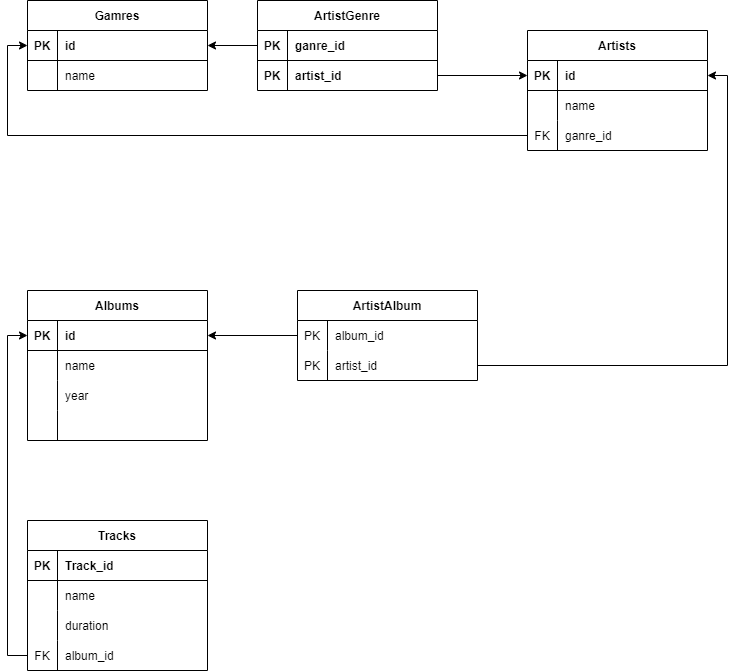
The draw.io diagram Диаграмма без названия.drawio.png in VadimRoziznan/Work_with_SQL_creat_database, before a commit. Source tidied: cells renumbered, new cells last; positions are measured from the earlier drawing's top-left corner, leaving out a move shared by most shapes.
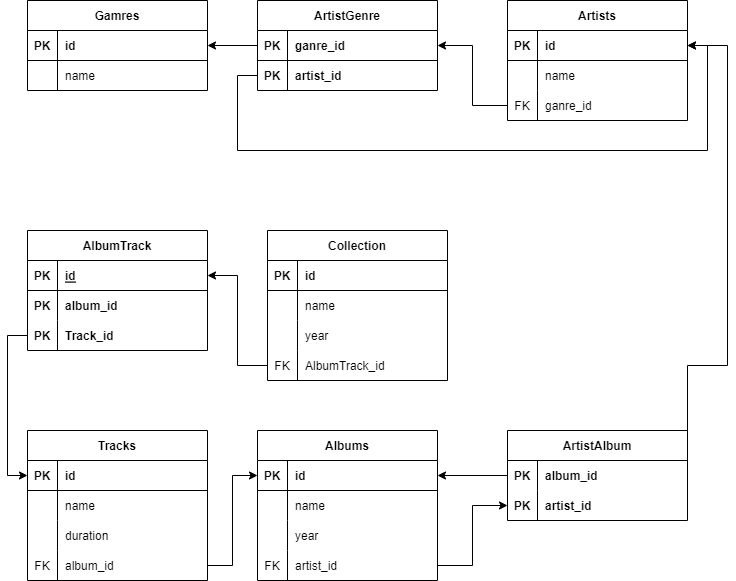
After the commit.

Change to the diagram source:
```diff
@@ -45,7 +45,7 @@
       <mxGeometry x="30" width="150" height="30" as="geometry" />
     </mxCell>
     <mxCell id="16" value="Artists" style="shape=table;startSize=30;rowLines=0;fontStyle=1;align=center;" parent="1" vertex="1">
-      <mxGeometry x="500" y="30" width="180" height="120" as="geometry" />
+      <mxGeometry x="480" width="180" height="120" as="geometry" />
     </mxCell>
     <mxCell id="17" style="shape=tableRow;horizontal=0;startSize=0;swimlaneHead=0;swimlaneBody=0;fillColor=none;points=[[0,0.5],[1,0.5]];portConstraint=eastwest;top=0;left=0;right=0;bottom=1;" parent="16" vertex="1">
       <mxGeometry y="30" width="180" height="30" as="geometry" />
@@ -78,7 +78,7 @@
       <mxGeometry relative="1" as="geometry" />
     </mxCell>
     <mxCell id="27" value="Albums" style="shape=table;startSize=30;rowLines=0;fontStyle=1;align=center;" parent="1" vertex="1">
-      <mxGeometry y="290" width="180" height="150" as="geometry" />
+      <mxGeometry x="230" y="430" width="180" height="150" as="geometry" />
     </mxCell>
     <mxCell id="28" style="shape=tableRow;horizontal=0;startSize=0;swimlaneHead=0;swimlaneBody=0;fillColor=none;points=[[0,0.5],[1,0.5]];portConstraint=eastwest;top=0;left=0;right=0;bottom=1;" parent="27" vertex="1">
       <mxGeometry y="30" width="180" height="30" as="geometry" />
@@ -110,44 +110,46 @@
     <mxCell id="37" style="shape=tableRow;horizontal=0;startSize=0;swimlaneHead=0;swimlaneBody=0;fillColor=none;points=[[0,0.5],[1,0.5]];portConstraint=eastwest;top=0;left=0;right=0;bottom=0;" parent="27" vertex="1">
       <mxGeometry y="120" width="180" height="30" as="geometry" />
     </mxCell>
-    <mxCell id="38" style="shape=partialRectangle;fillColor=none;top=0;left=0;bottom=0;right=0;overflow=hidden;" parent="37" vertex="1">
+    <mxCell id="38" value="FK" style="shape=partialRectangle;fillColor=none;top=0;left=0;bottom=0;right=0;overflow=hidden;" parent="37" vertex="1">
       <mxGeometry width="30" height="30" as="geometry" />
     </mxCell>
-    <mxCell id="39" style="shape=partialRectangle;fillColor=none;top=0;left=0;bottom=0;right=0;align=left;spacingLeft=6;overflow=hidden;" parent="37" vertex="1">
+    <mxCell id="39" value="artist_id" style="shape=partialRectangle;fillColor=none;top=0;left=0;bottom=0;right=0;align=left;spacingLeft=6;overflow=hidden;" parent="37" vertex="1">
       <mxGeometry x="30" width="150" height="30" as="geometry" />
     </mxCell>
     <mxCell id="40" value="ArtistAlbum" style="shape=table;startSize=30;rowLines=0;fontStyle=1;align=center;" parent="1" vertex="1">
-      <mxGeometry x="270" y="290" width="180" height="90" as="geometry" />
+      <mxGeometry x="480" y="430" width="180" height="90" as="geometry" />
     </mxCell>
     <mxCell id="41" style="shape=tableRow;horizontal=0;startSize=0;swimlaneHead=0;swimlaneBody=0;fillColor=none;points=[[0,0.5],[1,0.5]];portConstraint=eastwest;top=0;left=0;right=0;bottom=0;" parent="40" vertex="1">
       <mxGeometry y="30" width="180" height="30" as="geometry" />
     </mxCell>
-    <mxCell id="42" value="PK" style="shape=partialRectangle;fillColor=none;top=0;left=0;bottom=0;right=0;overflow=hidden;" parent="41" vertex="1">
+    <mxCell id="42" value="PK" style="shape=partialRectangle;fillColor=none;top=0;left=0;bottom=0;right=0;overflow=hidden;fontStyle=1;" parent="41" vertex="1">
       <mxGeometry width="30" height="30" as="geometry" />
     </mxCell>
-    <mxCell id="43" value="album_id" style="shape=partialRectangle;fillColor=none;top=0;left=0;bottom=0;right=0;align=left;spacingLeft=6;overflow=hidden;" parent="41" vertex="1">
+    <mxCell id="43" value="album_id" style="shape=partialRectangle;fillColor=none;top=0;left=0;bottom=0;right=0;align=left;spacingLeft=6;overflow=hidden;fontStyle=1;" parent="41" vertex="1">
       <mxGeometry x="30" width="150" height="30" as="geometry" />
     </mxCell>
     <mxCell id="44" style="shape=tableRow;horizontal=0;startSize=0;swimlaneHead=0;swimlaneBody=0;fillColor=none;points=[[0,0.5],[1,0.5]];portConstraint=eastwest;top=0;left=0;right=0;bottom=0;" parent="40" vertex="1">
       <mxGeometry y="60" width="180" height="30" as="geometry" />
     </mxCell>
-    <mxCell id="45" value="PK" style="shape=partialRectangle;fillColor=none;top=0;left=0;bottom=0;right=0;overflow=hidden;" parent="44" vertex="1">
+    <mxCell id="45" value="PK" style="shape=partialRectangle;fillColor=none;top=0;left=0;bottom=0;right=0;overflow=hidden;fontStyle=1;" parent="44" vertex="1">
       <mxGeometry width="30" height="30" as="geometry" />
     </mxCell>
-    <mxCell id="46" value="artist_id" style="shape=partialRectangle;fillColor=none;top=0;left=0;bottom=0;right=0;align=left;spacingLeft=6;overflow=hidden;" parent="44" vertex="1">
+    <mxCell id="46" value="artist_id" style="shape=partialRectangle;fillColor=none;top=0;left=0;bottom=0;right=0;align=left;spacingLeft=6;overflow=hidden;fontStyle=1;" parent="44" vertex="1">
       <mxGeometry x="30" width="150" height="30" as="geometry" />
     </mxCell>
     <mxCell id="47" style="edgeStyle=orthogonalEdgeStyle;rounded=0;jettySize=auto;html=1;exitX=0;exitY=0.5;exitDx=0;exitDy=0;entryX=1;entryY=0.5;entryDx=0;entryDy=0;" parent="1" edge="1" source="41" target="28">
       <mxGeometry relative="1" as="geometry" />
     </mxCell>
-    <mxCell id="48" style="edgeStyle=orthogonalEdgeStyle;rounded=0;jettySize=auto;html=1;exitX=1;exitY=0.5;exitDx=0;exitDy=0;entryX=0;entryY=0.5;entryDx=0;entryDy=0;" parent="1" edge="1" source="13" target="17">
-      <mxGeometry relative="1" as="geometry" />
-    </mxCell>
     <mxCell id="49" style="edgeStyle=orthogonalEdgeStyle;rounded=0;jettySize=auto;html=1;exitX=1;exitY=0.5;exitDx=0;exitDy=0;entryX=1;entryY=0.5;entryDx=0;entryDy=0;" parent="1" edge="1" source="44" target="17">
-      <mxGeometry relative="1" as="geometry" />
+      <mxGeometry relative="1" as="geometry">
+        <Array as="points">
+          <mxPoint x="700" y="365" />
+          <mxPoint x="700" y="45" />
+        </Array>
+      </mxGeometry>
     </mxCell>
     <mxCell id="50" value="Tracks" style="shape=table;startSize=30;rowLines=0;fontStyle=1;align=center;" parent="1" vertex="1">
-      <mxGeometry y="520" width="180" height="150" as="geometry" />
+      <mxGeometry y="430" width="180" height="150" as="geometry" />
     </mxCell>
     <mxCell id="51" style="shape=tableRow;horizontal=0;startSize=0;swimlaneHead=0;swimlaneBody=0;fillColor=none;points=[[0,0.5],[1,0.5]];portConstraint=eastwest;top=0;left=0;right=0;bottom=1;" parent="50" vertex="1">
       <mxGeometry y="30" width="180" height="30" as="geometry" />
@@ -155,7 +157,7 @@
     <mxCell id="52" value="PK" style="shape=partialRectangle;fillColor=none;top=0;left=0;bottom=0;right=0;fontStyle=1;overflow=hidden;" parent="51" vertex="1">
       <mxGeometry width="30" height="30" as="geometry" />
     </mxCell>
-    <mxCell id="53" value="Track_id" style="shape=partialRectangle;fillColor=none;top=0;left=0;bottom=0;right=0;align=left;spacingLeft=6;fontStyle=1;overflow=hidden;" parent="51" vertex="1">
+    <mxCell id="53" value="id" style="shape=partialRectangle;fillColor=none;top=0;left=0;bottom=0;right=0;align=left;spacingLeft=6;fontStyle=1;overflow=hidden;" parent="51" vertex="1">
       <mxGeometry x="30" width="150" height="30" as="geometry" />
     </mxCell>
     <mxCell id="54" style="shape=tableRow;horizontal=0;startSize=0;swimlaneHead=0;swimlaneBody=0;fillColor=none;top=0;left=0;right=0;bottom=0;" parent="50" vertex="1">
@@ -185,11 +187,99 @@
     <mxCell id="62" value="album_id" style="shape=partialRectangle;fillColor=none;top=0;left=0;bottom=0;right=0;align=left;spacingLeft=6;overflow=hidden;" parent="60" vertex="1">
       <mxGeometry x="30" width="150" height="30" as="geometry" />
     </mxCell>
+    <mxCell id="65" style="edgeStyle=orthogonalEdgeStyle;rounded=0;jettySize=auto;html=1;exitX=1;exitY=0.5;exitDx=0;exitDy=0;entryX=0;entryY=0.5;entryDx=0;entryDy=0;" parent="1" edge="1" source="37" target="44">
+      <mxGeometry relative="1" as="geometry" />
+    </mxCell>
+    <mxCell id="48" style="edgeStyle=orthogonalEdgeStyle;rounded=0;jettySize=auto;html=1;exitX=0;exitY=0.5;exitDx=0;exitDy=0;entryX=1;entryY=0.5;entryDx=0;entryDy=0;" parent="1" edge="1" source="13" target="17">
+      <mxGeometry relative="1" as="geometry">
+        <Array as="points">
+          <mxPoint x="210" y="75" />
+          <mxPoint x="210" y="150" />
+          <mxPoint x="680" y="150" />
+          <mxPoint x="680" y="45" />
+        </Array>
+      </mxGeometry>
+    </mxCell>
+    <mxCell id="66" style="edgeStyle=orthogonalEdgeStyle;rounded=0;jettySize=auto;html=1;exitX=0;exitY=0.5;exitDx=0;exitDy=0;entryX=1;entryY=0.5;entryDx=0;entryDy=0;" parent="1" edge="1" source="23" target="10">
+      <mxGeometry relative="1" as="geometry" />
+    </mxCell>
-    <mxCell id="63" style="edgeStyle=orthogonalEdgeStyle;rounded=0;jettySize=auto;html=1;exitX=0;exitY=0.5;exitDx=0;exitDy=0;entryX=0;entryY=0.5;entryDx=0;entryDy=0;" parent="1" edge="1" source="60" target="28">
+    <mxCell id="63" style="edgeStyle=orthogonalEdgeStyle;rounded=0;jettySize=auto;html=1;exitX=1;exitY=0.5;exitDx=0;exitDy=0;entryX=0;entryY=0.5;entryDx=0;entryDy=0;" parent="1" edge="1" source="60" target="28">
       <mxGeometry relative="1" as="geometry" />
     </mxCell>
-    <mxCell id="64" style="edgeStyle=orthogonalEdgeStyle;rounded=0;jettySize=auto;html=1;exitX=0;exitY=0.5;exitDx=0;exitDy=0;entryX=0;entryY=0.5;entryDx=0;entryDy=0;" parent="1" edge="1" source="23" target="3">
-      <mxGeometry relative="1" as="geometry" />
-    </mxCell>
+    <mxCell id="67" value="Collection" style="shape=table;startSize=30;rowLines=0;fontStyle=1;align=center;" parent="1" vertex="1">
+      <mxGeometry x="240" y="230" width="180" height="150" as="geometry" />
+    </mxCell>
+    <mxCell id="68" style="shape=tableRow;horizontal=0;startSize=0;swimlaneHead=0;swimlaneBody=0;fillColor=none;top=0;left=0;right=0;bottom=1;" parent="67" vertex="1">
+      <mxGeometry y="30" width="180" height="30" as="geometry" />
+    </mxCell>
+    <mxCell id="69" value="PK" style="shape=partialRectangle;fillColor=none;top=0;left=0;bottom=0;right=0;fontStyle=1;overflow=hidden;" parent="68" vertex="1">
+      <mxGeometry width="30" height="30" as="geometry" />
+    </mxCell>
+    <mxCell id="70" value="id" style="shape=partialRectangle;fillColor=none;top=0;left=0;bottom=0;right=0;align=left;spacingLeft=6;fontStyle=1;overflow=hidden;" parent="68" vertex="1">
+      <mxGeometry x="30" width="150" height="30" as="geometry" />
+    </mxCell>
+    <mxCell id="71" style="shape=tableRow;horizontal=0;startSize=0;swimlaneHead=0;swimlaneBody=0;fillColor=none;top=0;left=0;right=0;bottom=0;" parent="67" vertex="1">
+      <mxGeometry y="60" width="180" height="30" as="geometry" />
+    </mxCell>
+    <mxCell id="72" style="shape=partialRectangle;fillColor=none;top=0;left=0;bottom=0;right=0;overflow=hidden;" parent="71" vertex="1">
+      <mxGeometry width="30" height="30" as="geometry" />
+    </mxCell>
+    <mxCell id="73" value="name" style="shape=partialRectangle;fillColor=none;top=0;left=0;bottom=0;right=0;align=left;spacingLeft=6;overflow=hidden;" parent="71" vertex="1">
+      <mxGeometry x="30" width="150" height="30" as="geometry" />
+    </mxCell>
+    <mxCell id="74" style="shape=tableRow;horizontal=0;startSize=0;swimlaneHead=0;swimlaneBody=0;fillColor=none;top=0;left=0;right=0;bottom=0;" parent="67" vertex="1">
+      <mxGeometry y="90" width="180" height="30" as="geometry" />
+    </mxCell>
+    <mxCell id="75" style="shape=partialRectangle;fillColor=none;top=0;left=0;bottom=0;right=0;overflow=hidden;" parent="74" vertex="1">
+      <mxGeometry width="30" height="30" as="geometry" />
+    </mxCell>
+    <mxCell id="76" value="year" style="shape=partialRectangle;fillColor=none;top=0;left=0;bottom=0;right=0;align=left;spacingLeft=6;overflow=hidden;" parent="74" vertex="1">
+      <mxGeometry x="30" width="150" height="30" as="geometry" />
+    </mxCell>
+    <mxCell id="77" style="shape=tableRow;horizontal=0;startSize=0;swimlaneHead=0;swimlaneBody=0;fillColor=none;points=[[0,0.5],[1,0.5]];portConstraint=eastwest;top=0;left=0;right=0;bottom=0;" parent="67" vertex="1">
+      <mxGeometry y="120" width="180" height="30" as="geometry" />
+    </mxCell>
+    <mxCell id="78" value="FK" style="shape=partialRectangle;fillColor=none;top=0;left=0;bottom=0;right=0;overflow=hidden;" parent="77" vertex="1">
+      <mxGeometry width="30" height="30" as="geometry" />
+    </mxCell>
+    <mxCell id="79" value="AlbumTrack_id" style="shape=partialRectangle;fillColor=none;top=0;left=0;bottom=0;right=0;align=left;spacingLeft=6;overflow=hidden;" parent="77" vertex="1">
+      <mxGeometry x="30" width="150" height="30" as="geometry" />
+    </mxCell>
+    <mxCell id="80" value="AlbumTrack" style="shape=table;startSize=30;rowLines=0;fontStyle=1;align=center;" parent="1" vertex="1">
+      <mxGeometry y="230" width="180" height="120" as="geometry" />
+    </mxCell>
+    <mxCell id="81" style="shape=tableRow;horizontal=0;startSize=0;swimlaneHead=0;swimlaneBody=0;fillColor=none;points=[[0,0.5],[1,0.5]];portConstraint=eastwest;top=0;left=0;right=0;bottom=1;" parent="80" vertex="1">
+      <mxGeometry y="30" width="180" height="30" as="geometry" />
+    </mxCell>
+    <mxCell id="82" value="PK" style="shape=partialRectangle;fillColor=none;top=0;left=0;bottom=0;right=0;fontStyle=1;overflow=hidden;" parent="81" vertex="1">
+      <mxGeometry width="30" height="30" as="geometry" />
+    </mxCell>
+    <mxCell id="83" value="id" style="shape=partialRectangle;fillColor=none;top=0;left=0;bottom=0;right=0;align=left;spacingLeft=6;fontStyle=5;overflow=hidden;" parent="81" vertex="1">
+      <mxGeometry x="30" width="150" height="30" as="geometry" />
+    </mxCell>
+    <mxCell id="84" style="shape=tableRow;horizontal=0;startSize=0;swimlaneHead=0;swimlaneBody=0;fillColor=none;top=0;left=0;right=0;bottom=0;" parent="80" vertex="1">
+      <mxGeometry y="60" width="180" height="30" as="geometry" />
+    </mxCell>
+    <mxCell id="85" value="PK" style="shape=partialRectangle;fillColor=none;top=0;left=0;bottom=0;right=0;overflow=hidden;fontStyle=1;" parent="84" vertex="1">
+      <mxGeometry width="30" height="30" as="geometry" />
+    </mxCell>
+    <mxCell id="86" value="album_id" style="shape=partialRectangle;fillColor=none;top=0;left=0;bottom=0;right=0;align=left;spacingLeft=6;overflow=hidden;fontStyle=1;" parent="84" vertex="1">
+      <mxGeometry x="30" width="150" height="30" as="geometry" />
+    </mxCell>
+    <mxCell id="87" style="shape=tableRow;horizontal=0;startSize=0;swimlaneHead=0;swimlaneBody=0;fillColor=none;points=[[0,0.5],[1,0.5]];portConstraint=eastwest;top=0;left=0;right=0;bottom=0;" parent="80" vertex="1">
+      <mxGeometry y="90" width="180" height="30" as="geometry" />
+    </mxCell>
+    <mxCell id="88" value="PK" style="shape=partialRectangle;fillColor=none;top=0;left=0;bottom=0;right=0;overflow=hidden;fontStyle=1;" parent="87" vertex="1">
+      <mxGeometry width="30" height="30" as="geometry" />
+    </mxCell>
+    <mxCell id="89" value="Track_id" style="shape=partialRectangle;fillColor=none;top=0;left=0;bottom=0;right=0;align=left;spacingLeft=6;overflow=hidden;fontStyle=1;" parent="87" vertex="1">
+      <mxGeometry x="30" width="150" height="30" as="geometry" />
+    </mxCell>
+    <mxCell id="90" style="edgeStyle=orthogonalEdgeStyle;rounded=0;jettySize=auto;html=1;exitX=0;exitY=0.5;exitDx=0;exitDy=0;entryX=1;entryY=0.5;entryDx=0;entryDy=0;" parent="1" edge="1" source="77" target="81">
+      <mxGeometry relative="1" as="geometry" />
+    </mxCell>
+    <mxCell id="91" style="edgeStyle=orthogonalEdgeStyle;rounded=0;jettySize=auto;html=1;exitX=0;exitY=0.5;exitDx=0;exitDy=0;entryX=0;entryY=0.5;entryDx=0;entryDy=0;" parent="1" edge="1" source="87" target="51">
+      <mxGeometry relative="1" as="geometry" />
+    </mxCell>
   </root>
 </mxGraphModel>
```
